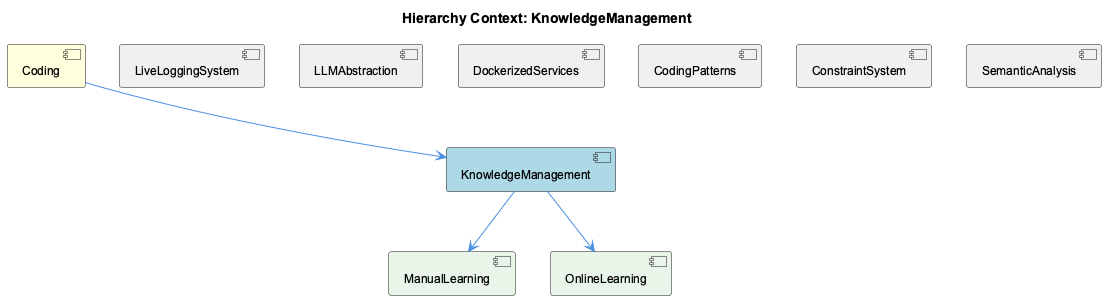
Before: knowledge-management/insights/images/knowledge-management-relationship.png, a diagram exported from PlantUML (fwornle/coding).
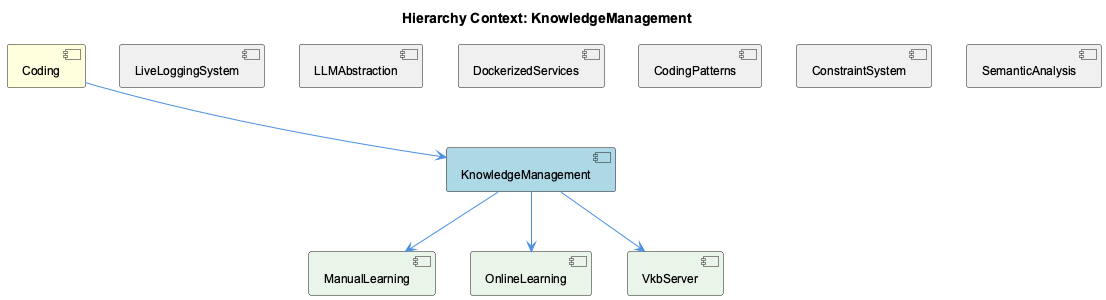
Later version of the same file.

Diff of the diagram source:
```diff
@@ -13,6 +13,7 @@
 [SemanticAnalysis] as semantic_analysis #F0F0F0
 [ManualLearning] as manual_learning #E8F5E8
 [OnlineLearning] as online_learning #E8F5E8
+[VkbServer] as vkb_server #E8F5E8
 
 coding --> knowledge_management
 live_logging_system -[hidden]- knowledge_management
@@ -23,5 +24,6 @@
 semantic_analysis -[hidden]- knowledge_management
 knowledge_management --> manual_learning
 knowledge_management --> online_learning
+knowledge_management --> vkb_server
 
 @enduml
```
